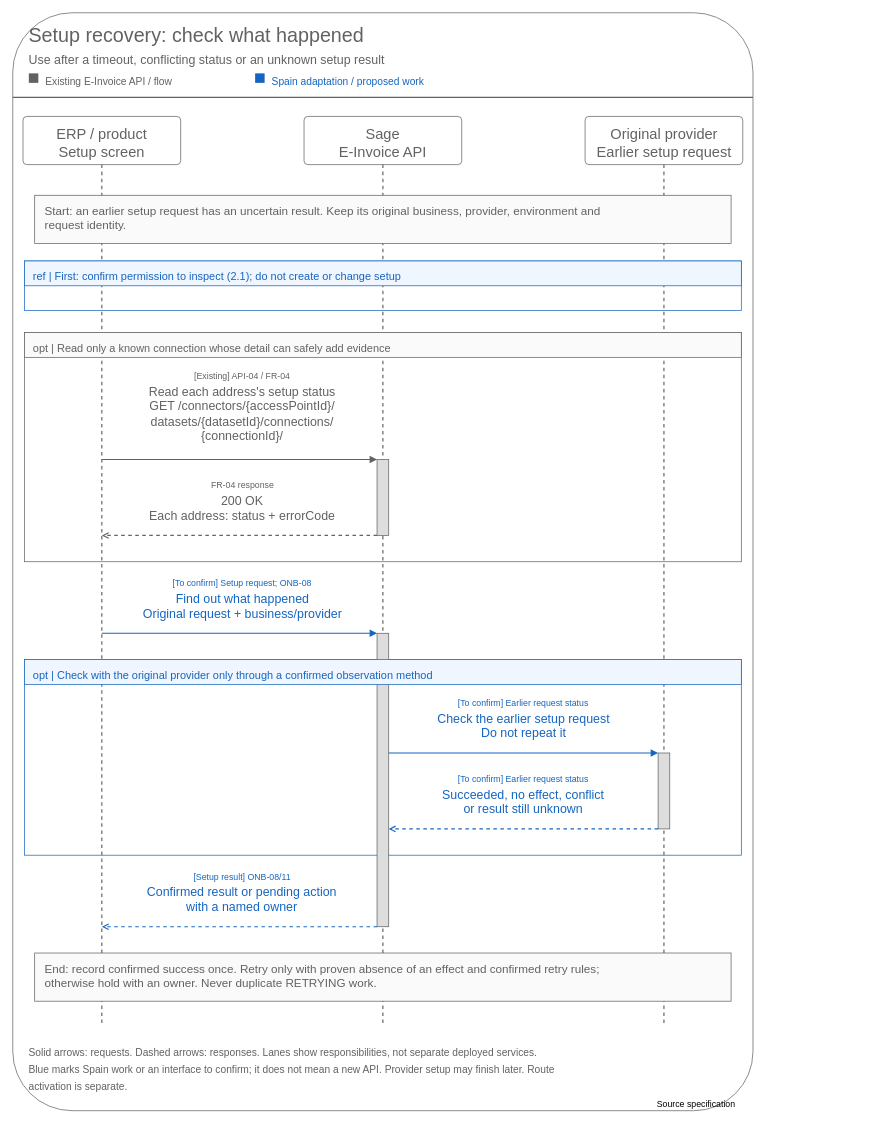
The draw.io diagram assets/diagrams/onboarding-setup-uncertainty-recovery-sequence.drawio in jiaxinhe0709/pm_second_brain, before the edit. Source tidied: cells renumbered, new cells numbered last; positions are measured from the earlier drawing's top-left corner, leaving out a move shared by most shapes. Both pictures are drawn from the tidied source at 73%, with x=0, y=0 at pixel (12, 12).
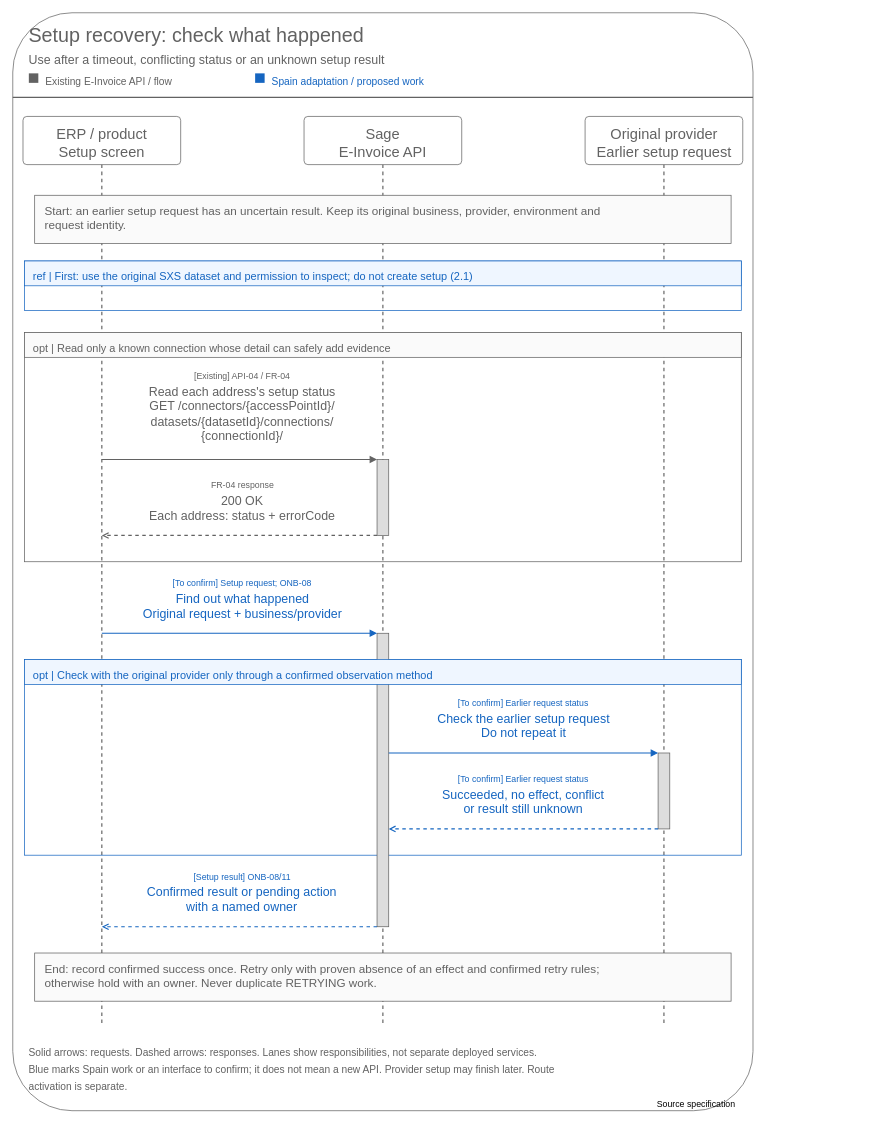
The same page after the edit.

Change to the diagram source:
```diff
@@
-    <mxCell id="22" value="ref | First: confirm permission to inspect (2.1); do not create or change setup" style="text;html=0;whiteSpace=wrap;spacing=0;verticalAlign=top;align=left;fontSize=15;fontColor=#1565C0;" parent="1" vertex="1">
-      <mxGeometry x="28" y="348" width="758.5" height="26" as="geometry" />
+    <mxCell id="22" value="ref | First: use the original SXS dataset and permission to inspect; do not create setup (2.1)" style="text;html=0;whiteSpace=wrap;spacing=0;verticalAlign=top;align=left;fontSize=15;fontColor=#1565C0;" parent="1" vertex="1">
+      <mxGeometry x="28" y="348" width="900.3" height="26" as="geometry" />
     </mxCell>
```
